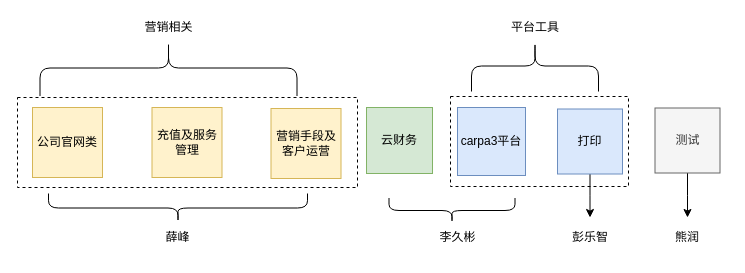
mashifei/uml keeps this draw.io diagram as page "Page-3" (3 of 3) of 部门结构.drawio. Above is the earlier version. Source tidied: cells renumbered, new cells numbered last; positions are measured from the earlier drawing's top-left corner, leaving out a move shared by most shapes. Both pictures are drawn from the tidied source at 100%, with x=0, y=0 at pixel (17, -61).
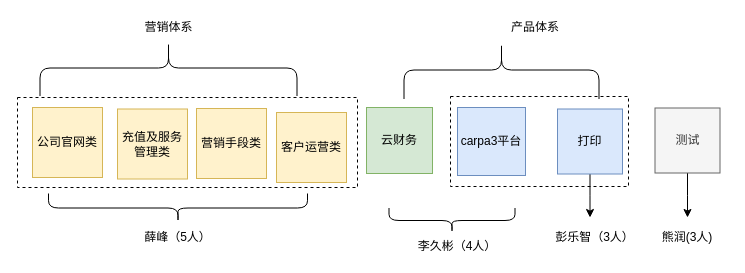
The same diagram, later.

The edit, as a diff of the source:
```diff
@@
-    <mxCell id="7" value="营销手段及客户运营" style="whiteSpace=wrap;html=1;fillColor=#fff2cc;strokeColor=#d6b656;" parent="1" vertex="1">
-      <mxGeometry x="253.5" y="169" width="70" height="70" as="geometry" />
+    <mxCell id="7" value="营销手段类" style="whiteSpace=wrap;html=1;fillColor=#fff2cc;strokeColor=#d6b656;" parent="1" vertex="1">
+      <mxGeometry x="179" y="169" width="70" height="70" as="geometry" />
     </mxCell>
@@
-    <mxCell id="10" value="充值及服务管理" style="whiteSpace=wrap;html=1;fillColor=#fff2cc;strokeColor=#d6b656;" parent="1" vertex="1">
-      <mxGeometry x="134.5" y="168" width="70" height="70" as="geometry" />
+    <mxCell id="10" value="充值及服务管理类" style="whiteSpace=wrap;html=1;fillColor=#fff2cc;strokeColor=#d6b656;" parent="1" vertex="1">
+      <mxGeometry x="100" y="169.5" width="70" height="70" as="geometry" />
     </mxCell>
@@
     <mxCell id="12" style="shape=curlyBracket;whiteSpace=wrap;html=1;rounded=1;rotation=-90;" parent="1" vertex="1">
-      <mxGeometry x="422" y="208" width="25" height="126" as="geometry" />
+      <mxGeometry x="422" y="218" width="25" height="126" as="geometry" />
     </mxCell>
@@
     <mxCell id="14" style="shape=curlyBracket;whiteSpace=wrap;html=1;rounded=1;rotation=90;" parent="1" vertex="1">
-      <mxGeometry x="492" y="63" width="51" height="127" as="geometry" />
+      <mxGeometry x="455" y="33" width="58" height="195" as="geometry" />
     </mxCell>
-    <mxCell id="15" value="薛峰&lt;br&gt;" style="text;html=1;strokeColor=none;fillColor=none;align=center;verticalAlign=middle;whiteSpace=wrap;rounded=0;" parent="1" vertex="1">
+    <mxCell id="15" value="薛峰（5人）" style="text;html=1;strokeColor=none;fillColor=none;align=center;verticalAlign=middle;whiteSpace=wrap;rounded=0;" parent="1" vertex="1">
       <mxGeometry x="120" y="288" width="81" height="20" as="geometry" />
     </mxCell>
-    <mxCell id="16" value="李久彬&lt;br&gt;" style="text;html=1;strokeColor=none;fillColor=none;align=center;verticalAlign=middle;whiteSpace=wrap;rounded=0;" parent="1" vertex="1">
-      <mxGeometry x="402.5" y="288" width="75" height="20" as="geometry" />
+    <mxCell id="16" value="李久彬（4人）" style="text;html=1;strokeColor=none;fillColor=none;align=center;verticalAlign=middle;whiteSpace=wrap;rounded=0;" parent="1" vertex="1">
+      <mxGeometry x="391" y="297" width="98" height="20" as="geometry" />
     </mxCell>
-    <mxCell id="17" value="平台工具" style="text;html=1;strokeColor=none;fillColor=none;align=center;verticalAlign=middle;whiteSpace=wrap;rounded=0;" parent="1" vertex="1">
+    <mxCell id="17" value="产品体系" style="text;html=1;strokeColor=none;fillColor=none;align=center;verticalAlign=middle;whiteSpace=wrap;rounded=0;" parent="1" vertex="1">
       <mxGeometry x="488.5" y="78" width="58" height="20" as="geometry" />
     </mxCell>
@@
-    <mxCell id="20" value="熊润&lt;br&gt;" style="text;html=1;strokeColor=none;fillColor=none;align=center;verticalAlign=middle;whiteSpace=wrap;rounded=0;" parent="1" vertex="1">
+    <mxCell id="20" value="熊润(3人)" style="text;html=1;strokeColor=none;fillColor=none;align=center;verticalAlign=middle;whiteSpace=wrap;rounded=0;" parent="1" vertex="1">
       <mxGeometry x="630" y="287" width="80" height="21" as="geometry" />
     </mxCell>
-    <mxCell id="21" value="彭乐智&lt;br&gt;" style="text;html=1;strokeColor=none;fillColor=none;align=center;verticalAlign=middle;whiteSpace=wrap;rounded=0;" parent="1" vertex="1">
-      <mxGeometry x="535" y="287" width="76" height="21" as="geometry" />
+    <mxCell id="21" value="彭乐智（3人）" style="text;html=1;strokeColor=none;fillColor=none;align=center;verticalAlign=middle;whiteSpace=wrap;rounded=0;" parent="1" vertex="1">
+      <mxGeometry x="535" y="287" width="85" height="21" as="geometry" />
     </mxCell>
-    <mxCell id="22" value="营销相关" style="text;html=1;strokeColor=none;fillColor=none;align=center;verticalAlign=middle;whiteSpace=wrap;rounded=0;" parent="1" vertex="1">
+    <mxCell id="22" value="营销体系" style="text;html=1;strokeColor=none;fillColor=none;align=center;verticalAlign=middle;whiteSpace=wrap;rounded=0;" parent="1" vertex="1">
       <mxGeometry x="110.5" y="78" width="81" height="20" as="geometry" />
     </mxCell>
+    <mxCell id="23" value="客户运营类" style="whiteSpace=wrap;html=1;fillColor=#fff2cc;strokeColor=#d6b656;" parent="1" vertex="1">
+      <mxGeometry x="259" y="173" width="70" height="70" as="geometry" />
+    </mxCell>
```
